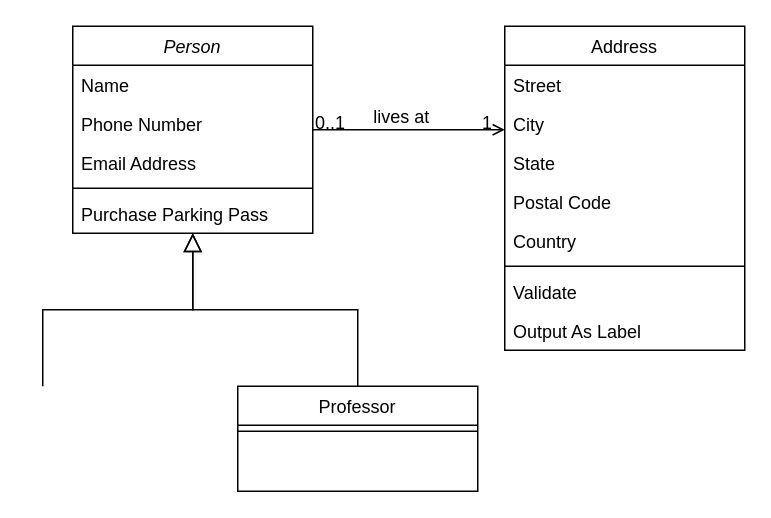
Yabhier/CodingDojo keeps this draw.io diagram as Diagrama sin título.drawio. Above is the earlier version. Source tidied: cells renumbered, new cells numbered last; positions are measured from the earlier drawing's top-left corner, leaving out a move shared by most shapes. Both pictures are drawn from the tidied source at 150%, with x=0, y=0 at pixel (42, 26).
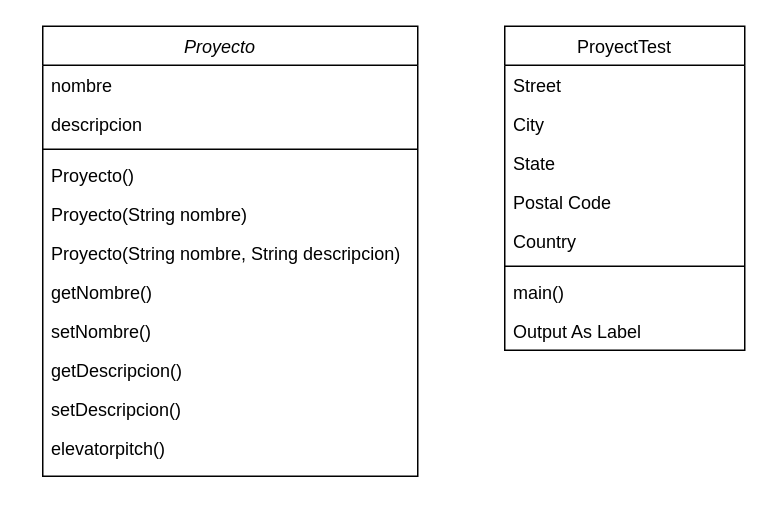
After the change.

Change to the diagram source:
```diff
@@
-    <mxCell id="2" value="Person" style="swimlane;fontStyle=2;align=center;verticalAlign=top;horizontal=1;startSize=26;rounded=0;shadow=0;strokeWidth=1;" parent="1" vertex="1">
-      <mxGeometry x="20" width="160" height="138" as="geometry" />
+    <mxCell id="2" value="Proyecto    " style="swimlane;fontStyle=2;align=center;verticalAlign=top;horizontal=1;startSize=26;rounded=0;shadow=0;strokeWidth=1;" parent="1" vertex="1">
+      <mxGeometry width="250" height="300" as="geometry" />
     </mxCell>
-    <mxCell id="3" value="Name" style="text;align=left;verticalAlign=top;spacingLeft=4;spacingRight=4;overflow=hidden;" parent="2" vertex="1">
-      <mxGeometry y="26" width="160" height="26" as="geometry" />
+    <mxCell id="3" value="nombre        &#10;" style="text;align=left;verticalAlign=top;spacingLeft=4;spacingRight=4;overflow=hidden;" parent="2" vertex="1">
+      <mxGeometry y="26" width="250" height="26" as="geometry" />
     </mxCell>
-    <mxCell id="4" value="Phone Number" style="text;align=left;verticalAlign=top;spacingLeft=4;spacingRight=4;overflow=hidden;rounded=0;shadow=0;html=0;" parent="2" vertex="1">
-      <mxGeometry y="52" width="160" height="26" as="geometry" />
+    <mxCell id="4" value="descripcion" style="text;align=left;verticalAlign=top;spacingLeft=4;spacingRight=4;overflow=hidden;rounded=0;shadow=0;html=0;" parent="2" vertex="1">
+      <mxGeometry y="52" width="250" height="26" as="geometry" />
     </mxCell>
-    <mxCell id="5" value="Email Address" style="text;align=left;verticalAlign=top;spacingLeft=4;spacingRight=4;overflow=hidden;rounded=0;shadow=0;html=0;" parent="2" vertex="1">
-      <mxGeometry y="78" width="160" height="26" as="geometry" />
-    </mxCell>
     <mxCell id="6" style="line;html=1;strokeWidth=1;align=left;verticalAlign=middle;spacingTop=-1;spacingLeft=3;spacingRight=3;labelPosition=right;" parent="2" vertex="1">
-      <mxGeometry y="104" width="160" height="8" as="geometry" />
+      <mxGeometry y="78" width="250" height="8" as="geometry" />
     </mxCell>
+    <mxCell id="25" value="Proyecto()&#10;" style="text;align=left;verticalAlign=top;spacingLeft=4;spacingRight=4;overflow=hidden;" parent="2" vertex="1">
+      <mxGeometry y="86" width="250" height="26" as="geometry" />
+    </mxCell>
+    <mxCell id="26" value="Proyecto(String nombre)&#10;" style="text;align=left;verticalAlign=top;spacingLeft=4;spacingRight=4;overflow=hidden;" parent="2" vertex="1">
+      <mxGeometry y="112" width="250" height="26" as="geometry" />
+    </mxCell>
+    <mxCell id="27" value="Proyecto(String nombre, String descripcion)&#10;" style="text;align=left;verticalAlign=top;spacingLeft=4;spacingRight=4;overflow=hidden;" parent="2" vertex="1">
+      <mxGeometry y="138" width="250" height="26" as="geometry" />
+    </mxCell>
+    <mxCell id="28" value="getNombre()" style="text;align=left;verticalAlign=top;spacingLeft=4;spacingRight=4;overflow=hidden;" parent="2" vertex="1">
+      <mxGeometry y="164" width="250" height="26" as="geometry" />
+    </mxCell>
+    <mxCell id="29" value="setNombre()    " style="text;align=left;verticalAlign=top;spacingLeft=4;spacingRight=4;overflow=hidden;" parent="2" vertex="1">
+      <mxGeometry y="190" width="250" height="26" as="geometry" />
+    </mxCell>
+    <mxCell id="30" value="getDescripcion()" style="text;align=left;verticalAlign=top;spacingLeft=4;spacingRight=4;overflow=hidden;" parent="2" vertex="1">
+      <mxGeometry y="216" width="250" height="26" as="geometry" />
+    </mxCell>
+    <mxCell id="31" value="setDescripcion()" style="text;align=left;verticalAlign=top;spacingLeft=4;spacingRight=4;overflow=hidden;" parent="2" vertex="1">
+      <mxGeometry y="242" width="250" height="26" as="geometry" />
+    </mxCell>
-    <mxCell id="7" value="Purchase Parking Pass" style="text;align=left;verticalAlign=top;spacingLeft=4;spacingRight=4;overflow=hidden;" parent="2" vertex="1">
-      <mxGeometry y="112" width="160" height="26" as="geometry" />
+    <mxCell id="7" value="elevatorpitch()" style="text;align=left;verticalAlign=top;spacingLeft=4;spacingRight=4;overflow=hidden;" parent="2" vertex="1">
+      <mxGeometry y="268" width="250" height="26" as="geometry" />
     </mxCell>
-    <mxCell id="8" style="endArrow=block;endSize=10;endFill=0;shadow=0;strokeWidth=1;rounded=0;edgeStyle=elbowEdgeStyle;elbow=vertical;" parent="1" edge="1" target="2">
-      <mxGeometry relative="1" as="geometry">
-        <mxPoint y="240" as="sourcePoint" />
-      </mxGeometry>
-    </mxCell>
-    <mxCell id="9" value="Professor" style="swimlane;fontStyle=0;align=center;verticalAlign=top;horizontal=1;startSize=26;rounded=0;shadow=0;strokeWidth=1;" parent="1" vertex="1">
-      <mxGeometry x="130" y="240" width="160" height="70" as="geometry" />
-    </mxCell>
-    <mxCell id="10" style="line;html=1;strokeWidth=1;align=left;verticalAlign=middle;spacingTop=-1;spacingLeft=3;spacingRight=3;labelPosition=right;" parent="9" vertex="1">
-      <mxGeometry y="26" width="160" height="8" as="geometry" />
-    </mxCell>
-    <mxCell id="11" style="endArrow=block;endSize=10;endFill=0;shadow=0;strokeWidth=1;rounded=0;edgeStyle=elbowEdgeStyle;elbow=vertical;" parent="1" edge="1" source="9" target="2">
-      <mxGeometry relative="1" as="geometry" />
-    </mxCell>
-    <mxCell id="12" value="Address" style="swimlane;fontStyle=0;align=center;verticalAlign=top;horizontal=1;startSize=26;rounded=0;shadow=0;strokeWidth=1;" parent="1" vertex="1">
+    <mxCell id="12" value="ProyectTest" style="swimlane;fontStyle=0;align=center;verticalAlign=top;horizontal=1;startSize=26;rounded=0;shadow=0;strokeWidth=1;" parent="1" vertex="1">
       <mxGeometry x="308" width="160" height="216" as="geometry" />
     </mxCell>
@@
-    <mxCell id="19" value="Validate" style="text;align=left;verticalAlign=top;spacingLeft=4;spacingRight=4;overflow=hidden;" parent="12" vertex="1">
+    <mxCell id="19" value="main()" style="text;align=left;verticalAlign=top;spacingLeft=4;spacingRight=4;overflow=hidden;" parent="12" vertex="1">
       <mxGeometry y="164" width="160" height="26" as="geometry" />
     </mxCell>
@@
-    <mxCell id="21" style="endArrow=open;shadow=0;strokeWidth=1;rounded=0;endFill=1;edgeStyle=elbowEdgeStyle;elbow=vertical;" parent="1" edge="1" source="2" target="12">
-      <mxGeometry x="0.5" y="41" relative="1" as="geometry">
-        <mxPoint x="-40" y="32" as="offset" />
-      </mxGeometry>
-    </mxCell>
-    <mxCell id="22" value="0..1" style="align=left;verticalAlign=bottom;labelBackgroundColor=none;fontSize=12;" parent="21" vertex="1">
-      <mxGeometry x="-1" relative="1" as="geometry">
-        <mxPoint y="4" as="offset" />
-      </mxGeometry>
-    </mxCell>
-    <mxCell id="23" value="1" style="align=right;verticalAlign=bottom;labelBackgroundColor=none;fontSize=12;" parent="21" vertex="1">
-      <mxGeometry x="1" relative="1" as="geometry">
-        <mxPoint x="-7" y="4" as="offset" />
-      </mxGeometry>
-    </mxCell>
-    <mxCell id="24" value="lives at" style="text;html=1;align=center;verticalAlign=middle;labelBackgroundColor=none;rounded=0;shadow=0;strokeWidth=1;fontSize=12;" parent="21" vertex="1">
-      <mxGeometry x="0.5" y="49" relative="1" as="geometry">
-        <mxPoint x="-38" y="40" as="offset" />
-      </mxGeometry>
-    </mxCell>
```
